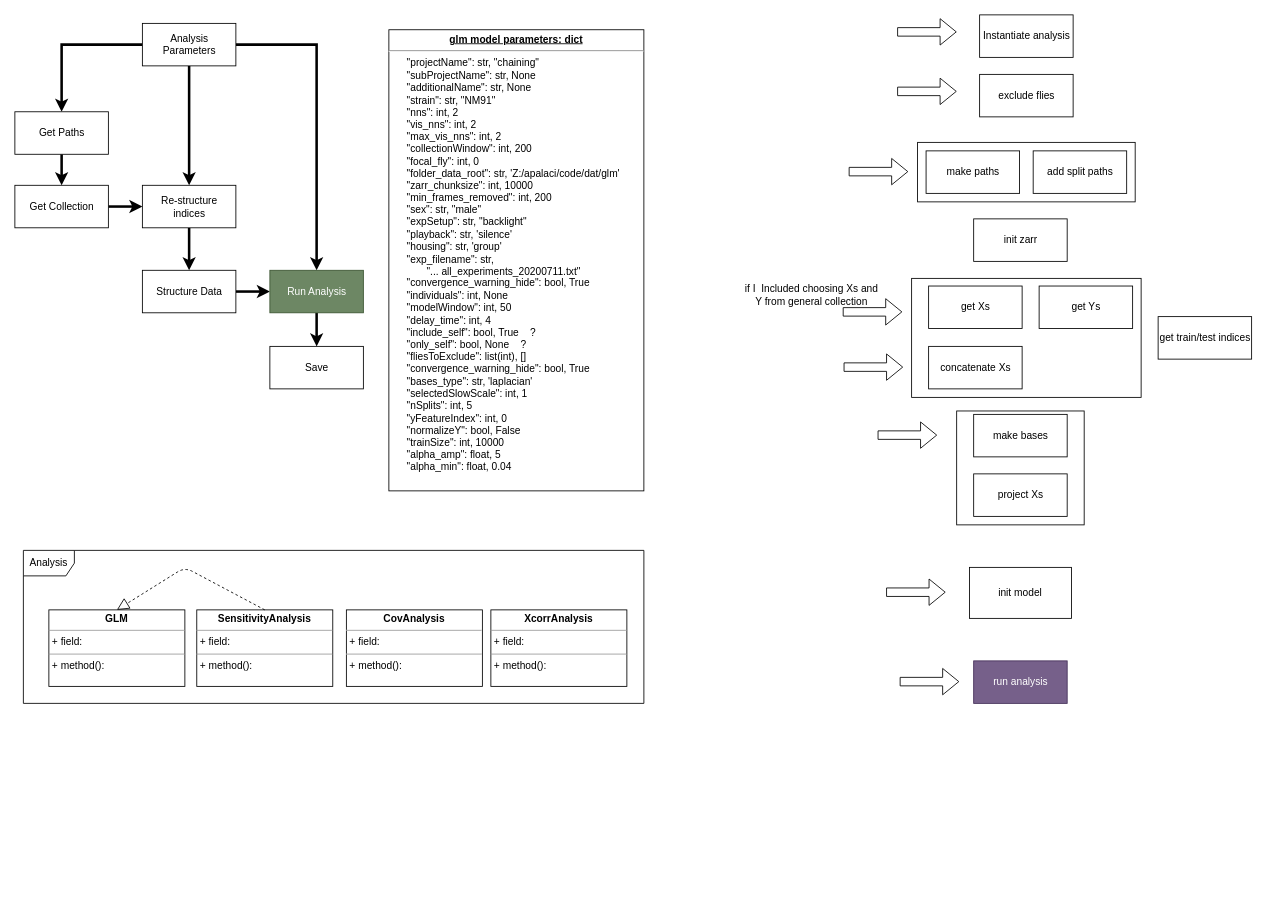
The draw.io diagram page "analysis" (2 of 2) of new_organization.drawio in adpala/sandbox, before the edit. Source tidied: cells renumbered, new cells numbered last; positions are measured from the earlier drawing's top-left corner, leaving out a move shared by most shapes. Both pictures are drawn from the tidied source at 85%, with x=0, y=0 at pixel (14, 14).
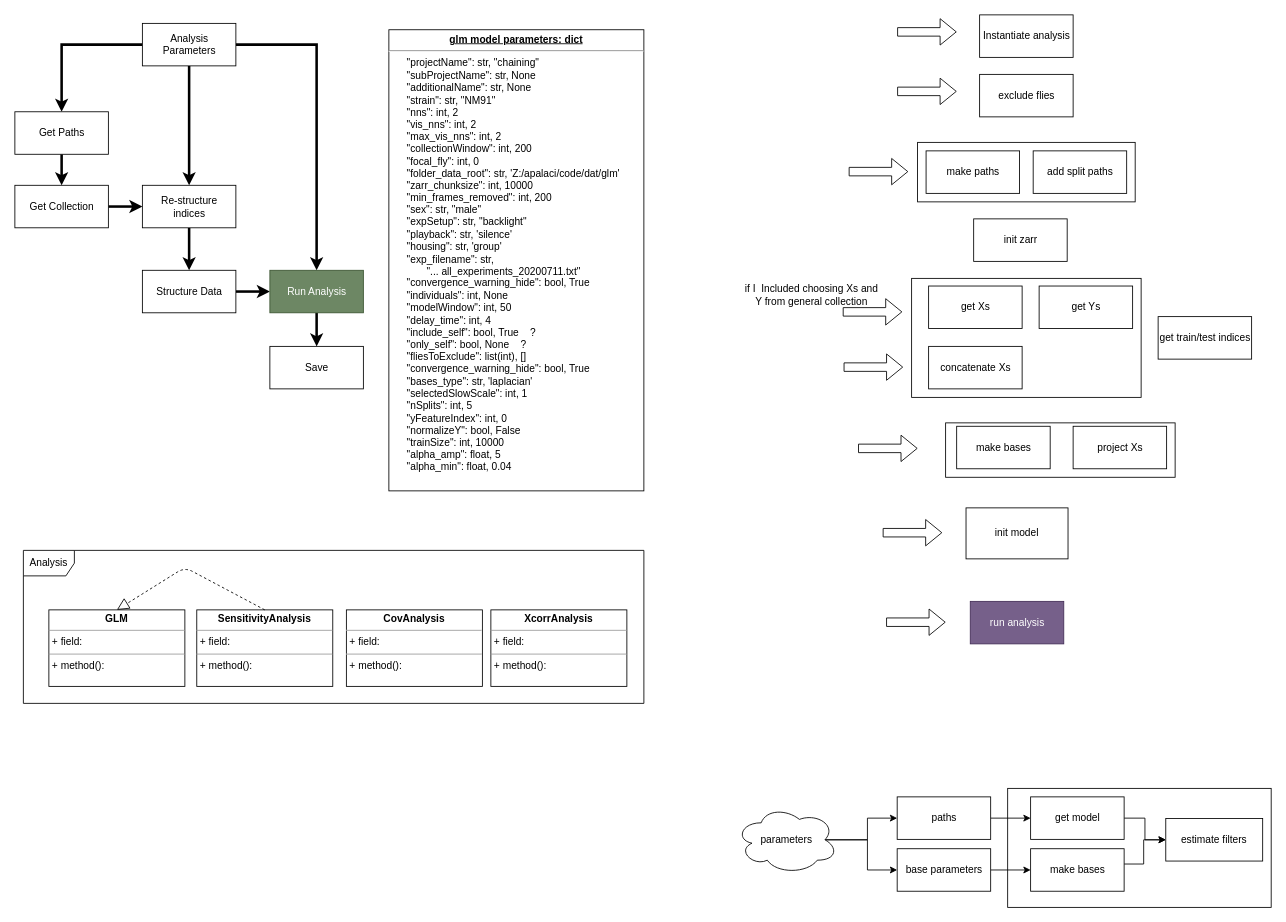
After the change.

What changed in the source:
```diff
@@
+    <mxCell id="49" style="rounded=0;whiteSpace=wrap;html=1;" parent="1" vertex="1">
+      <mxGeometry x="1168" y="910" width="310" height="140" as="geometry" />
+    </mxCell>
+    <mxCell id="50" style="edgeStyle=orthogonalEdgeStyle;rounded=0;jettySize=auto;html=1;entryX=0;entryY=0.5;entryDx=0;entryDy=0;" parent="1" edge="1" source="51" target="52">
+      <mxGeometry relative="1" as="geometry">
+        <Array as="points">
+          <mxPoint x="1328" y="999" />
+          <mxPoint x="1328" y="971" />
+        </Array>
+      </mxGeometry>
+    </mxCell>
+    <mxCell id="51" value="make bases" style="html=1;" parent="1" vertex="1">
+      <mxGeometry x="1195" y="981" width="110" height="50" as="geometry" />
+    </mxCell>
@@
     <mxCell id="25" style="rounded=0;whiteSpace=wrap;html=1;" parent="1" vertex="1">
-      <mxGeometry x="1108" y="466" width="150" height="134" as="geometry" />
+      <mxGeometry x="1095" y="480" width="270" height="64" as="geometry" />
     </mxCell>
@@
     <mxCell id="32" value="make bases" style="html=1;" parent="1" vertex="1">
-      <mxGeometry x="1128" y="470" width="110" height="50" as="geometry" />
+      <mxGeometry x="1108" y="484" width="110" height="50" as="geometry" />
     </mxCell>
@@
     <mxCell id="36" value="project Xs" style="html=1;" parent="1" vertex="1">
-      <mxGeometry x="1128" y="540" width="110" height="50" as="geometry" />
+      <mxGeometry x="1245" y="484" width="110" height="50" as="geometry" />
     </mxCell>
@@
     <mxCell id="38" value="run analysis" style="html=1;fillColor=#76608a;strokeColor=#432D57;fontColor=#ffffff;" parent="1" vertex="1">
-      <mxGeometry x="1128" y="760" width="110" height="50" as="geometry" />
+      <mxGeometry x="1124" y="690" width="110" height="50" as="geometry" />
     </mxCell>
@@
     <mxCell id="44" style="shape=flexArrow;endArrow=classic;html=1;" parent="1" edge="1">
       <mxGeometry relative="1" as="geometry">
-        <mxPoint x="1015" y="494.4" as="sourcePoint" />
-        <mxPoint x="1085" y="494.4" as="targetPoint" />
+        <mxPoint x="992" y="510" as="sourcePoint" />
+        <mxPoint x="1062" y="510" as="targetPoint" />
       </mxGeometry>
     </mxCell>
@@
     <mxCell id="46" style="shape=flexArrow;endArrow=classic;html=1;" parent="1" edge="1">
       <mxGeometry relative="1" as="geometry">
-        <mxPoint x="1041" y="784.4" as="sourcePoint" />
-        <mxPoint x="1111" y="784.4" as="targetPoint" />
+        <mxPoint x="1025" y="714.5" as="sourcePoint" />
+        <mxPoint x="1095" y="714.5" as="targetPoint" />
       </mxGeometry>
     </mxCell>
     <mxCell id="47" value="init model" style="rounded=0;whiteSpace=wrap;html=1;" parent="1" vertex="1">
-      <mxGeometry x="1123" y="650" width="120" height="60" as="geometry" />
+      <mxGeometry x="1119" y="580" width="120" height="60" as="geometry" />
     </mxCell>
     <mxCell id="48" style="shape=flexArrow;endArrow=classic;html=1;" parent="1" edge="1">
       <mxGeometry relative="1" as="geometry">
-        <mxPoint x="1025" y="679.2" as="sourcePoint" />
-        <mxPoint x="1095" y="679.2" as="targetPoint" />
+        <mxPoint x="1021" y="609.2" as="sourcePoint" />
+        <mxPoint x="1091" y="609.2" as="targetPoint" />
       </mxGeometry>
     </mxCell>
+    <mxCell id="52" value="estimate filters" style="rounded=0;whiteSpace=wrap;html=1;" parent="1" vertex="1">
+      <mxGeometry x="1354" y="945.5" width="114" height="50" as="geometry" />
+    </mxCell>
+    <mxCell id="53" style="edgeStyle=orthogonalEdgeStyle;rounded=0;jettySize=auto;html=1;exitX=1;exitY=0.5;exitDx=0;exitDy=0;entryX=0;entryY=0.5;entryDx=0;entryDy=0;" parent="1" edge="1" source="54" target="52">
+      <mxGeometry relative="1" as="geometry" />
+    </mxCell>
+    <mxCell id="54" value="get model" style="html=1;" parent="1" vertex="1">
+      <mxGeometry x="1195" y="920" width="110" height="50" as="geometry" />
+    </mxCell>
+    <mxCell id="55" style="edgeStyle=orthogonalEdgeStyle;rounded=0;jettySize=auto;html=1;exitX=1;exitY=0.5;exitDx=0;exitDy=0;entryX=0;entryY=0.5;entryDx=0;entryDy=0;" parent="1" edge="1" source="56" target="54">
+      <mxGeometry relative="1" as="geometry" />
+    </mxCell>
+    <mxCell id="56" value="paths" style="html=1;" parent="1" vertex="1">
+      <mxGeometry x="1038" y="920" width="110" height="50" as="geometry" />
+    </mxCell>
+    <mxCell id="57" style="edgeStyle=orthogonalEdgeStyle;rounded=0;jettySize=auto;html=1;exitX=0.875;exitY=0.5;exitDx=0;exitDy=0;exitPerimeter=0;" parent="1" edge="1" source="59" target="56">
+      <mxGeometry relative="1" as="geometry" />
+    </mxCell>
+    <mxCell id="58" style="edgeStyle=orthogonalEdgeStyle;rounded=0;jettySize=auto;html=1;exitX=0.875;exitY=0.5;exitDx=0;exitDy=0;exitPerimeter=0;" parent="1" edge="1" source="59" target="61">
+      <mxGeometry relative="1" as="geometry" />
+    </mxCell>
+    <mxCell id="59" value="parameters" style="ellipse;shape=cloud;whiteSpace=wrap;html=1;" parent="1" vertex="1">
+      <mxGeometry x="848" y="930.5" width="120" height="80" as="geometry" />
+    </mxCell>
+    <mxCell id="60" style="edgeStyle=orthogonalEdgeStyle;rounded=0;jettySize=auto;html=1;exitX=1;exitY=0.5;exitDx=0;exitDy=0;" parent="1" edge="1" source="61" target="51">
+      <mxGeometry relative="1" as="geometry" />
+    </mxCell>
+    <mxCell id="61" value="base parameters" style="html=1;" parent="1" vertex="1">
+      <mxGeometry x="1038" y="981" width="110" height="50" as="geometry" />
+    </mxCell>
```
